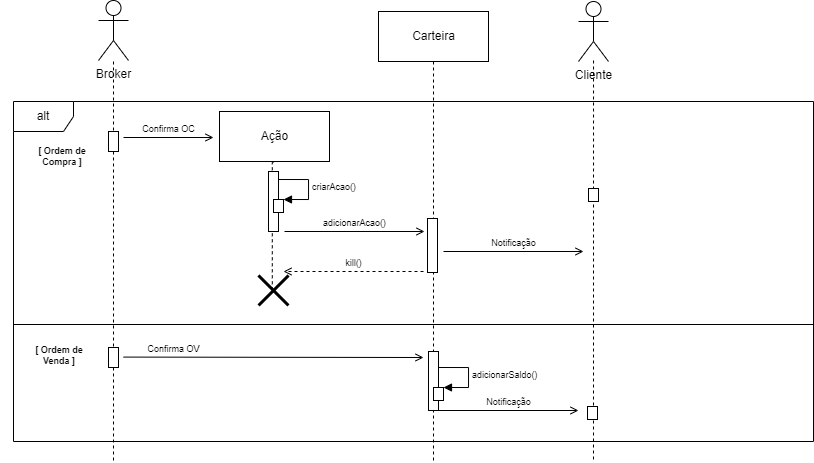
EijiDogen/FEI_MDSMarket keeps this draw.io diagram as MarketDiagramasDeSequencia/MarketSequencia04.drawio.png. Above is the earlier version. Source tidied: cells renumbered, new cells last; positions are measured from the earlier drawing's top-left corner, leaving out a move shared by most shapes.
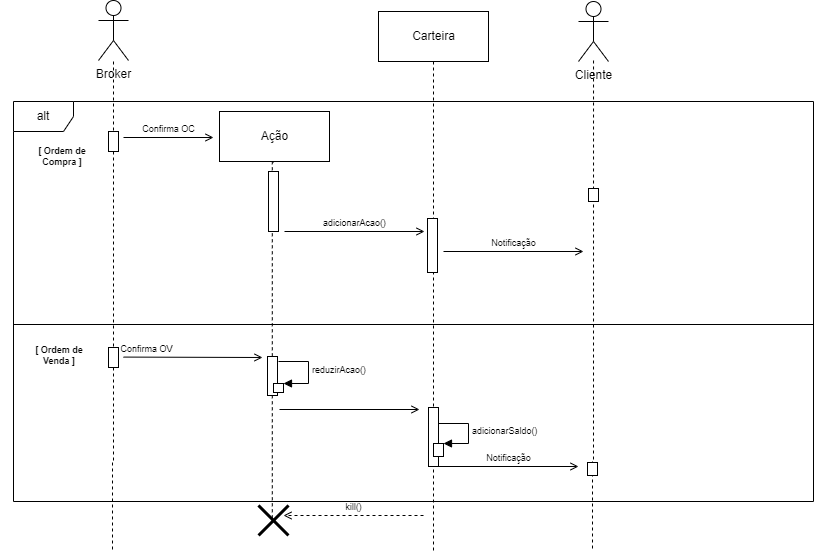
After the commit.

What changed in the source:
```diff
@@ -3,7 +3,7 @@
     <mxCell id="0" />
     <mxCell id="1" value="Frames" parent="0" />
     <mxCell id="2" value="alt" style="shape=umlFrame;whiteSpace=wrap;html=1;" parent="1" vertex="1">
-      <mxGeometry x="13" y="101" width="800" height="340" as="geometry" />
+      <mxGeometry x="13" y="101" width="800" height="400" as="geometry" />
     </mxCell>
     <mxCell id="3" value="[ Ordem de&lt;br&gt;Compra ]" style="text;html=1;strokeColor=none;fillColor=none;align=center;verticalAlign=middle;whiteSpace=wrap;rounded=0;fontSize=9;fontStyle=1;" parent="1" vertex="1">
       <mxGeometry x="3" y="141" width="118" height="30" as="geometry" />
@@ -15,7 +15,7 @@
     <mxCell id="6" style="edgeStyle=orthogonalEdgeStyle;rounded=0;orthogonalLoop=1;jettySize=auto;html=1;dashed=1;endArrow=none;endFill=0;" parent="5" edge="1">
       <mxGeometry relative="1" as="geometry">
         <mxPoint x="113" y="61" as="sourcePoint" />
-        <mxPoint x="113" y="461" as="targetPoint" />
+        <mxPoint x="112" y="551" as="targetPoint" />
         <Array as="points">
           <mxPoint x="113" y="461" />
         </Array>
@@ -27,7 +27,7 @@
     <mxCell id="8" style="edgeStyle=orthogonalEdgeStyle;rounded=0;orthogonalLoop=1;jettySize=auto;html=1;dashed=1;endArrow=none;endFill=0;anchorPointDirection=1;" parent="5" edge="1">
       <mxGeometry relative="1" as="geometry">
         <mxPoint x="433" y="61" as="sourcePoint" />
-        <mxPoint x="433" y="461" as="targetPoint" />
+        <mxPoint x="433" y="551" as="targetPoint" />
         <Array as="points">
           <mxPoint x="433" y="461" />
         </Array>
@@ -36,7 +36,7 @@
     <mxCell id="9" style="edgeStyle=orthogonalEdgeStyle;rounded=0;orthogonalLoop=1;jettySize=auto;html=1;dashed=1;endArrow=none;endFill=0;" parent="5" edge="1">
       <mxGeometry relative="1" as="geometry">
         <mxPoint x="593" y="60" as="sourcePoint" />
-        <mxPoint x="592" y="461" as="targetPoint" />
+        <mxPoint x="592" y="551" as="targetPoint" />
         <Array as="points">
           <mxPoint x="593" y="461" />
         </Array>
@@ -70,31 +70,40 @@
       <mxGeometry x="588" y="188" width="10" height="13" as="geometry" />
     </mxCell>
     <mxCell id="18" style="html=1;perimeter=orthogonalPerimeter;fontSize=9;" parent="14" vertex="1">
-      <mxGeometry x="428" y="351" width="10" height="59" as="geometry" />
+      <mxGeometry x="428" y="407" width="10" height="59" as="geometry" />
     </mxCell>
     <mxCell id="19" style="html=1;points=[];perimeter=orthogonalPerimeter;" parent="14" vertex="1">
-      <mxGeometry x="433" y="387" width="10" height="13" as="geometry" />
+      <mxGeometry x="433" y="443" width="10" height="13" as="geometry" />
     </mxCell>
     <mxCell id="20" value="adicionarSaldo()" style="edgeStyle=orthogonalEdgeStyle;html=1;align=left;spacingLeft=2;endArrow=block;rounded=0;entryX=1;entryY=0;fontSize=9;" parent="14" edge="1" target="19">
       <mxGeometry relative="1" as="geometry">
-        <mxPoint x="438" y="367" as="sourcePoint" />
+        <mxPoint x="438" y="423" as="sourcePoint" />
         <Array as="points">
-          <mxPoint x="468" y="367" />
+          <mxPoint x="468" y="423" />
         </Array>
       </mxGeometry>
     </mxCell>
     <mxCell id="21" value="Notificação" style="html=1;verticalAlign=bottom;endArrow=open;rounded=0;fontSize=9;endFill=0;" parent="14" edge="1">
       <mxGeometry relative="1" as="geometry">
-        <mxPoint x="438" y="410" as="sourcePoint" />
-        <mxPoint x="578" y="410" as="targetPoint" />
+        <mxPoint x="438" y="466" as="sourcePoint" />
+        <mxPoint x="578" y="466" as="targetPoint" />
       </mxGeometry>
     </mxCell>
     <mxCell id="22" style="html=1;perimeter=orthogonalPerimeter;fontSize=9;" parent="14" vertex="1">
-      <mxGeometry x="587" y="406" width="10" height="13" as="geometry" />
+      <mxGeometry x="587" y="462" width="10" height="13" as="geometry" />
     </mxCell>
     <mxCell id="23" value="[ Ordem de&lt;br&gt;Venda ]" style="text;html=1;strokeColor=none;fillColor=none;align=center;verticalAlign=middle;whiteSpace=wrap;rounded=0;fontSize=9;fontStyle=1;" parent="14" vertex="1">
       <mxGeometry y="340" width="118" height="30" as="geometry" />
     </mxCell>
+    <mxCell id="35" style="html=1;perimeter=orthogonalPerimeter;fontSize=9;" parent="14" vertex="1">
+      <mxGeometry x="267" y="356" width="10" height="39" as="geometry" />
+    </mxCell>
+    <mxCell id="36" style="html=1;verticalAlign=bottom;endArrow=open;rounded=0;fontSize=9;endFill=0;" parent="14" edge="1">
+      <mxGeometry relative="1" as="geometry">
+        <mxPoint x="279" y="409" as="sourcePoint" />
+        <mxPoint x="419" y="409" as="targetPoint" />
+      </mxGeometry>
+    </mxCell>
     <mxCell id="24" value="Messages" parent="0" />
     <mxCell id="25" value="Confirma OC" style="html=1;verticalAlign=bottom;endArrow=open;rounded=0;fontSize=9;endFill=0;" parent="24" edge="1">
       <mxGeometry relative="1" as="geometry">
@@ -104,8 +113,8 @@
     </mxCell>
     <mxCell id="26" value="kill()" style="html=1;verticalAlign=bottom;endArrow=open;rounded=0;fontSize=9;dashed=1;endFill=0;" parent="24" edge="1">
       <mxGeometry relative="1" as="geometry">
-        <mxPoint x="423" y="271" as="sourcePoint" />
-        <mxPoint x="283" y="271" as="targetPoint" />
+        <mxPoint x="423" y="515" as="sourcePoint" />
+        <mxPoint x="283" y="515" as="targetPoint" />
       </mxGeometry>
     </mxCell>
     <mxCell id="27" style="html=1;perimeter=orthogonalPerimeter;fontSize=9;" parent="24" vertex="1">
@@ -124,7 +133,7 @@
       </mxGeometry>
     </mxCell>
     <mxCell id="30" style="shape=umlDestroy;whiteSpace=wrap;html=1;strokeWidth=3;fontSize=9;" parent="24" vertex="1">
-      <mxGeometry x="258" y="275" width="30" height="30" as="geometry" />
+      <mxGeometry x="258" y="505" width="30" height="30" as="geometry" />
     </mxCell>
     <mxCell id="31" style="html=1;perimeter=orthogonalPerimeter;fontSize=9;" parent="24" vertex="1">
       <mxGeometry x="108" y="347" width="10" height="20" as="geometry" />
@@ -132,17 +141,17 @@
     <mxCell id="32" value="Confirma OV" style="html=1;verticalAlign=bottom;endArrow=open;rounded=0;fontSize=9;endFill=0;" parent="24" edge="1">
       <mxGeometry x="-0.67" relative="1" as="geometry">
         <mxPoint x="123" y="356.6" as="sourcePoint" />
-        <mxPoint x="423" y="357" as="targetPoint" />
+        <mxPoint x="262" y="357" as="targetPoint" />
       </mxGeometry>
     </mxCell>
     <mxCell id="33" style="html=1;points=[];perimeter=orthogonalPerimeter;" parent="24" vertex="1">
-      <mxGeometry x="273" y="199" width="10" height="13" as="geometry" />
+      <mxGeometry x="273" y="383" width="10" height="9" as="geometry" />
     </mxCell>
-    <mxCell id="34" value="criarAcao()" style="edgeStyle=orthogonalEdgeStyle;html=1;align=left;spacingLeft=2;endArrow=block;rounded=0;entryX=1;entryY=0;fontSize=9;" parent="24" edge="1" target="33">
+    <mxCell id="34" value="reduzirAcao()" style="edgeStyle=orthogonalEdgeStyle;html=1;align=left;spacingLeft=2;endArrow=block;rounded=0;entryX=1;entryY=0;fontSize=9;" parent="24" edge="1" target="33">
       <mxGeometry relative="1" as="geometry">
-        <mxPoint x="278" y="179" as="sourcePoint" />
+        <mxPoint x="278" y="361" as="sourcePoint" />
         <Array as="points">
-          <mxPoint x="308" y="179" />
+          <mxPoint x="308" y="361" />
         </Array>
       </mxGeometry>
     </mxCell>
```
